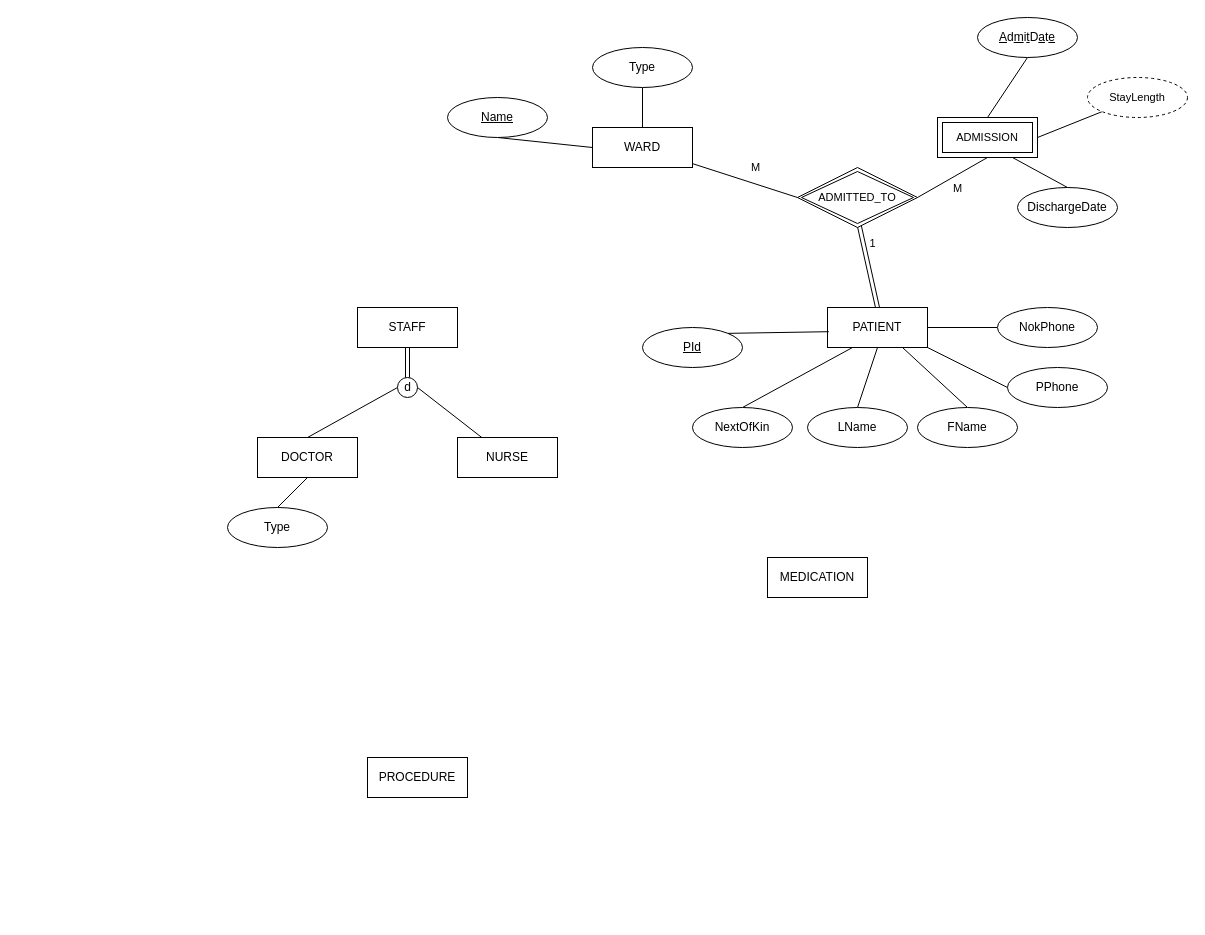
Earlier version of the draw.io diagram Untitled Diagram.drawio (alexwhite1995/Assignments). Source tidied: cells renumbered, new cells numbered last; positions are measured from the earlier drawing's top-left corner, leaving out a move shared by most shapes. Both pictures are drawn from the tidied source at 100%, with x=0, y=0 at pixel (227, 17).
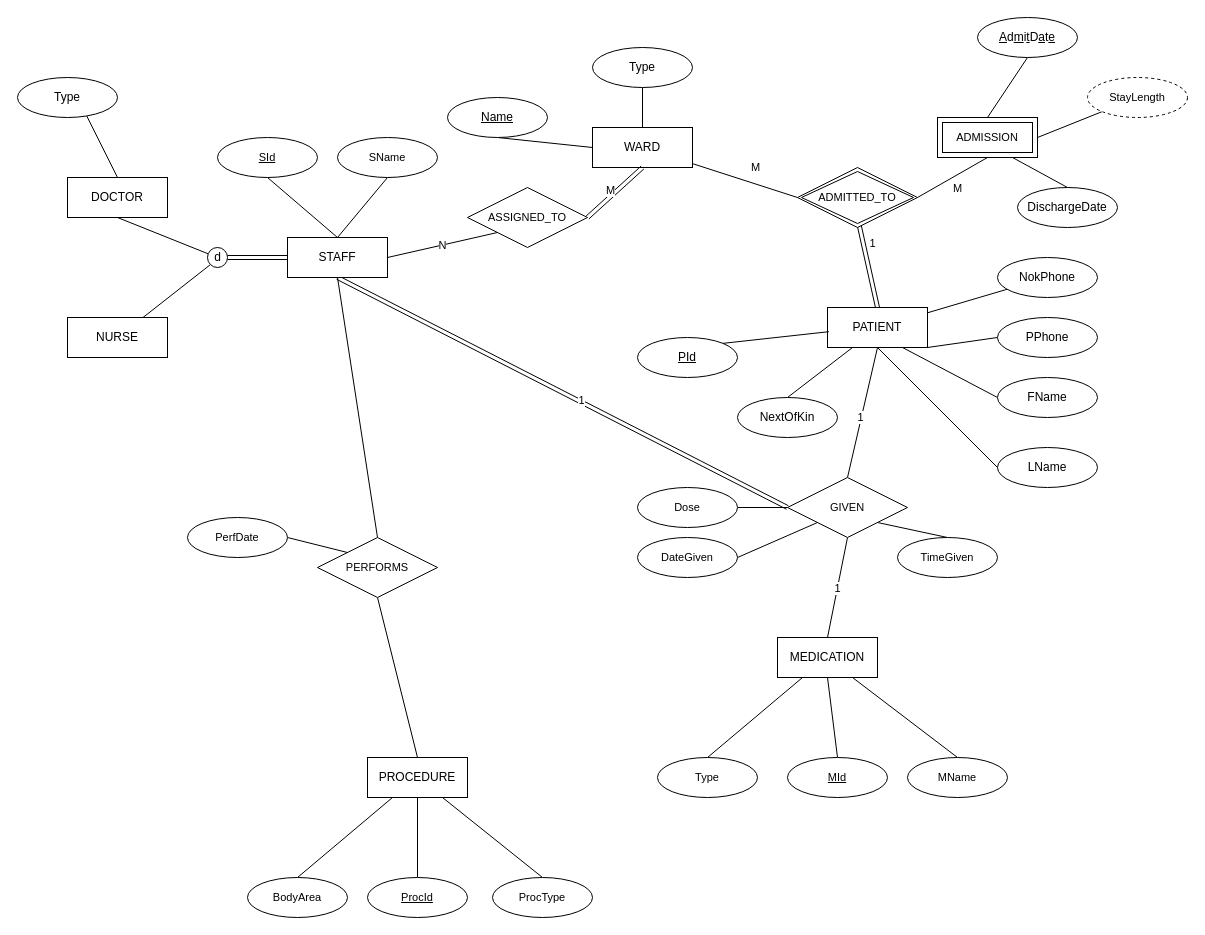
After the change.

Unchanged cells that the change refers to:
```xml
<mxCell id="3" value="PATIENT" style="whiteSpace=wrap;html=1;align=center;" parent="1" vertex="1">
  <mxGeometry x="600" y="290" width="100" height="40" as="geometry" />
</mxCell>
<mxCell id="6" value="PROCEDURE" style="whiteSpace=wrap;html=1;align=center;" parent="1" vertex="1">
  <mxGeometry x="140" y="740" width="100" height="40" as="geometry" />
</mxCell>
<mxCell id="9" value="WARD" style="whiteSpace=wrap;html=1;align=center;" parent="1" vertex="1">
  <mxGeometry x="365" y="110" width="100" height="40" as="geometry" />
</mxCell>
```

Change to the diagram source:
```diff
@@
+    <mxCell id="46" value="N" style="edgeStyle=none;rounded=0;jettySize=auto;html=1;exitX=1;exitY=0.5;exitDx=0;exitDy=0;entryX=0;entryY=1;entryDx=0;entryDy=0;strokeColor=default;align=center;verticalAlign=middle;fontFamily=Helvetica;fontSize=11;fontColor=default;labelBackgroundColor=default;endArrow=none;endFill=0;" parent="1" edge="1" source="4" target="56">
+      <mxGeometry relative="1" as="geometry" />
+    </mxCell>
+    <mxCell id="47" style="edgeStyle=none;rounded=0;jettySize=auto;html=1;exitX=0.5;exitY=1;exitDx=0;exitDy=0;entryX=0;entryY=0.5;entryDx=0;entryDy=0;strokeColor=default;align=center;verticalAlign=middle;fontFamily=Helvetica;fontSize=11;fontColor=default;labelBackgroundColor=default;endArrow=none;endFill=0;shape=link;" parent="1" edge="1" source="4" target="62">
+      <mxGeometry relative="1" as="geometry" />
+    </mxCell>
+    <mxCell id="48" value="1" style="edgeLabel;html=1;align=center;verticalAlign=middle;fontFamily=Helvetica;fontSize=11;fontColor=default;labelBackgroundColor=default;" parent="47" vertex="1">
+      <mxGeometry x="0.08" y="2" relative="1" as="geometry" />
+    </mxCell>
+    <mxCell id="49" style="edgeStyle=none;rounded=0;jettySize=auto;html=1;exitX=0.5;exitY=0;exitDx=0;exitDy=0;entryX=0.5;entryY=1;entryDx=0;entryDy=0;strokeColor=default;align=center;verticalAlign=middle;fontFamily=Helvetica;fontSize=11;fontColor=default;labelBackgroundColor=default;endArrow=none;endFill=0;" parent="1" edge="1" source="4" target="68">
+      <mxGeometry relative="1" as="geometry" />
+    </mxCell>
+    <mxCell id="50" style="edgeStyle=none;rounded=0;jettySize=auto;html=1;exitX=0.5;exitY=0;exitDx=0;exitDy=0;entryX=0.5;entryY=1;entryDx=0;entryDy=0;strokeColor=default;align=center;verticalAlign=middle;fontFamily=Helvetica;fontSize=11;fontColor=default;labelBackgroundColor=default;endArrow=none;endFill=0;" parent="1" edge="1" source="4" target="69">
+      <mxGeometry relative="1" as="geometry" />
+    </mxCell>
+    <mxCell id="51" style="edgeStyle=none;rounded=0;jettySize=auto;html=1;exitX=0.5;exitY=1;exitDx=0;exitDy=0;entryX=0.5;entryY=0;entryDx=0;entryDy=0;strokeColor=default;align=center;verticalAlign=middle;fontFamily=Helvetica;fontSize=11;fontColor=default;labelBackgroundColor=default;endArrow=none;endFill=0;" parent="1" edge="1" source="4" target="67">
+      <mxGeometry relative="1" as="geometry" />
+    </mxCell>
     <mxCell id="4" value="STAFF" style="whiteSpace=wrap;html=1;align=center;" parent="1" vertex="1">
-      <mxGeometry x="130" y="290" width="100" height="40" as="geometry" />
+      <mxGeometry x="60" y="220" width="100" height="40" as="geometry" />
     </mxCell>
+    <mxCell id="52" style="edgeStyle=none;rounded=0;jettySize=auto;html=1;entryX=0.5;entryY=1;entryDx=0;entryDy=0;strokeColor=default;align=center;verticalAlign=middle;fontFamily=Helvetica;fontSize=11;fontColor=default;labelBackgroundColor=default;endArrow=none;endFill=0;exitX=0.5;exitY=0;exitDx=0;exitDy=0;" parent="1" edge="1" source="62" target="3">
+      <mxGeometry relative="1" as="geometry" />
+    </mxCell>
+    <mxCell id="53" value="1" style="edgeLabel;html=1;align=center;verticalAlign=middle;fontFamily=Helvetica;fontSize=11;fontColor=default;labelBackgroundColor=default;" parent="52" vertex="1">
+      <mxGeometry x="-0.07" y="1" relative="1" as="geometry" />
+    </mxCell>
+    <mxCell id="54" style="edgeStyle=none;rounded=0;jettySize=auto;html=1;exitX=0.5;exitY=1;exitDx=0;exitDy=0;entryX=0.5;entryY=0;entryDx=0;entryDy=0;strokeColor=default;align=center;verticalAlign=middle;fontFamily=Helvetica;fontSize=11;fontColor=default;labelBackgroundColor=default;endArrow=none;endFill=0;" parent="1" edge="1" source="5" target="70">
+      <mxGeometry relative="1" as="geometry" />
+    </mxCell>
     <mxCell id="5" value="MEDICATION" style="whiteSpace=wrap;html=1;align=center;" parent="1" vertex="1">
-      <mxGeometry x="540" y="540" width="100" height="40" as="geometry" />
+      <mxGeometry x="550" y="620" width="100" height="40" as="geometry" />
     </mxCell>
+    <mxCell id="55" style="edgeStyle=none;rounded=0;jettySize=auto;html=1;exitX=0.5;exitY=0;exitDx=0;exitDy=0;entryX=0.5;entryY=1;entryDx=0;entryDy=0;strokeColor=default;align=center;verticalAlign=middle;fontFamily=Helvetica;fontSize=11;fontColor=default;labelBackgroundColor=default;endArrow=none;endFill=0;" parent="1" edge="1" source="6" target="67">
+      <mxGeometry relative="1" as="geometry" />
+    </mxCell>
@@
     <mxCell id="10" value="DOCTOR" style="whiteSpace=wrap;html=1;align=center;" parent="1" vertex="1">
-      <mxGeometry x="30" y="420" width="100" height="40" as="geometry" />
+      <mxGeometry x="-160" y="160" width="100" height="40" as="geometry" />
     </mxCell>
     <mxCell id="11" value="NURSE" style="whiteSpace=wrap;html=1;align=center;" parent="1" vertex="1">
-      <mxGeometry x="230" y="420" width="100" height="40" as="geometry" />
+      <mxGeometry x="-160" y="300" width="100" height="40" as="geometry" />
     </mxCell>
-    <mxCell id="12" style="rounded=0;jettySize=auto;html=1;exitX=0.5;exitY=0;exitDx=0;exitDy=0;entryX=0.5;entryY=1;entryDx=0;entryDy=0;endArrow=none;endFill=0;" parent="1" edge="1" source="13" target="10">
+    <mxCell id="12" style="rounded=0;jettySize=auto;html=1;exitX=0.5;exitY=0;exitDx=0;exitDy=0;entryX=0.5;entryY=0;entryDx=0;entryDy=0;endArrow=none;endFill=0;" parent="1" edge="1" source="13" target="10">
       <mxGeometry relative="1" as="geometry" />
     </mxCell>
     <mxCell id="13" value="Type" style="ellipse;whiteSpace=wrap;html=1;align=center;" parent="1" vertex="1">
-      <mxGeometry y="490" width="100" height="40" as="geometry" />
+      <mxGeometry x="-210" y="60" width="100" height="40" as="geometry" />
     </mxCell>
-    <mxCell id="14" style="rounded=0;jettySize=auto;html=1;exitX=0;exitY=0.5;exitDx=0;exitDy=0;exitPerimeter=0;entryX=0.5;entryY=0;entryDx=0;entryDy=0;endArrow=none;endFill=0;" parent="1" edge="1" source="16" target="10">
+    <mxCell id="14" style="rounded=0;jettySize=auto;html=1;entryX=0.5;entryY=1;entryDx=0;entryDy=0;endArrow=none;endFill=0;exitX=0.038;exitY=0.317;exitDx=0;exitDy=0;exitPerimeter=0;" parent="1" edge="1" source="16" target="10">
       <mxGeometry relative="1" as="geometry" />
     </mxCell>
-    <mxCell id="15" style="rounded=0;jettySize=auto;html=1;exitX=1;exitY=0.5;exitDx=0;exitDy=0;exitPerimeter=0;endArrow=none;endFill=0;" parent="1" edge="1" source="16" target="11">
+    <mxCell id="15" style="rounded=0;jettySize=auto;html=1;exitX=0.145;exitY=0.855;exitDx=0;exitDy=0;exitPerimeter=0;endArrow=none;endFill=0;" parent="1" edge="1" source="16" target="11">
       <mxGeometry relative="1" as="geometry" />
     </mxCell>
     <mxCell id="16" value="d" style="verticalLabelPosition=middle;verticalAlign=middle;html=1;shape=mxgraph.flowchart.on-page_reference;labelPosition=center;align=center;" parent="1" vertex="1">
-      <mxGeometry x="170" y="360" width="20" height="20" as="geometry" />
+      <mxGeometry x="-20" y="230" width="20" height="20" as="geometry" />
     </mxCell>
@@
-    <mxCell id="18" style="endArrow=none;html=1;rounded=0;exitX=0.5;exitY=1;exitDx=0;exitDy=0;entryX=0.5;entryY=0;entryDx=0;entryDy=0;entryPerimeter=0;horizontal=1;shape=link;" parent="1" edge="1" source="4" target="16">
+    <mxCell id="18" style="endArrow=none;html=1;rounded=0;exitX=0;exitY=0.5;exitDx=0;exitDy=0;entryX=1;entryY=0.5;entryDx=0;entryDy=0;entryPerimeter=0;horizontal=1;shape=link;" parent="1" edge="1" source="4" target="16">
       <mxGeometry relative="1" as="geometry" />
     </mxCell>
@@
-    <mxCell id="35" style="edgeStyle=none;rounded=0;jettySize=auto;html=1;exitX=0.5;exitY=0;exitDx=0;exitDy=0;entryX=0.75;entryY=1;entryDx=0;entryDy=0;strokeColor=default;align=center;verticalAlign=middle;fontFamily=Helvetica;fontSize=11;fontColor=default;labelBackgroundColor=default;endArrow=none;endFill=0;" parent="1" edge="1" source="36" target="3">
+    <mxCell id="35" style="edgeStyle=none;rounded=0;jettySize=auto;html=1;exitX=0;exitY=0.5;exitDx=0;exitDy=0;entryX=0.75;entryY=1;entryDx=0;entryDy=0;strokeColor=default;align=center;verticalAlign=middle;fontFamily=Helvetica;fontSize=11;fontColor=default;labelBackgroundColor=default;endArrow=none;endFill=0;" parent="1" edge="1" source="36" target="3">
       <mxGeometry relative="1" as="geometry" />
     </mxCell>
     <mxCell id="36" value="FName" style="ellipse;whiteSpace=wrap;html=1;align=center;" parent="1" vertex="1">
-      <mxGeometry x="690" y="390" width="100" height="40" as="geometry" />
+      <mxGeometry x="770" y="360" width="100" height="40" as="geometry" />
     </mxCell>
-    <mxCell id="37" style="edgeStyle=none;rounded=0;jettySize=auto;html=1;exitX=0.5;exitY=0;exitDx=0;exitDy=0;strokeColor=default;align=center;verticalAlign=middle;fontFamily=Helvetica;fontSize=11;fontColor=default;labelBackgroundColor=default;endArrow=none;endFill=0;" parent="1" edge="1" source="38">
+    <mxCell id="37" style="edgeStyle=none;rounded=0;jettySize=auto;html=1;exitX=0;exitY=0.5;exitDx=0;exitDy=0;strokeColor=default;align=center;verticalAlign=middle;fontFamily=Helvetica;fontSize=11;fontColor=default;labelBackgroundColor=default;endArrow=none;endFill=0;" parent="1" edge="1" source="38">
       <mxGeometry relative="1" as="geometry">
         <mxPoint x="650" y="330" as="targetPoint" />
       </mxGeometry>
     </mxCell>
     <mxCell id="38" value="LName" style="ellipse;whiteSpace=wrap;html=1;align=center;" parent="1" vertex="1">
-      <mxGeometry x="580" y="390" width="100" height="40" as="geometry" />
+      <mxGeometry x="770" y="430" width="100" height="40" as="geometry" />
     </mxCell>
@@
     <mxCell id="40" value="NextOfKin" style="ellipse;whiteSpace=wrap;html=1;align=center;" parent="1" vertex="1">
-      <mxGeometry x="465" y="390" width="100" height="40" as="geometry" />
+      <mxGeometry x="510" y="380" width="100" height="40" as="geometry" />
     </mxCell>
     <mxCell id="41" value="&lt;u&gt;PId&lt;/u&gt;" style="ellipse;whiteSpace=wrap;html=1;align=center;" parent="1" vertex="1">
-      <mxGeometry x="415" y="310" width="100" height="40" as="geometry" />
+      <mxGeometry x="410" y="320" width="100" height="40" as="geometry" />
     </mxCell>
@@
     <mxCell id="44" value="NokPhone" style="ellipse;whiteSpace=wrap;html=1;align=center;" parent="1" vertex="1">
-      <mxGeometry x="770" y="290" width="100" height="40" as="geometry" />
+      <mxGeometry x="770" y="240" width="100" height="40" as="geometry" />
     </mxCell>
     <mxCell id="45" value="PPhone" style="ellipse;whiteSpace=wrap;html=1;align=center;" parent="1" vertex="1">
-      <mxGeometry x="780" y="350" width="100" height="40" as="geometry" />
+      <mxGeometry x="770" y="300" width="100" height="40" as="geometry" />
     </mxCell>
+    <mxCell id="56" value="ASSIGNED_TO" style="shape=rhombus;perimeter=rhombusPerimeter;whiteSpace=wrap;html=1;align=center;fontFamily=Helvetica;fontSize=11;fontColor=default;labelBackgroundColor=default;" parent="1" vertex="1">
+      <mxGeometry x="240" y="170" width="120" height="60" as="geometry" />
+    </mxCell>
+    <mxCell id="57" style="edgeStyle=none;rounded=0;jettySize=auto;html=1;exitX=0.5;exitY=1;exitDx=0;exitDy=0;entryX=1;entryY=0.5;entryDx=0;entryDy=0;strokeColor=default;align=center;verticalAlign=middle;fontFamily=Helvetica;fontSize=11;fontColor=default;labelBackgroundColor=default;endArrow=none;endFill=0;shape=link;" parent="1" edge="1" source="9" target="56">
+      <mxGeometry relative="1" as="geometry" />
+    </mxCell>
+    <mxCell id="58" value="M" style="edgeLabel;html=1;align=center;verticalAlign=middle;fontFamily=Helvetica;fontSize=11;fontColor=default;labelBackgroundColor=default;" parent="57" vertex="1">
+      <mxGeometry x="0.06" y="-5" relative="1" as="geometry" />
+    </mxCell>
+    <mxCell id="59" value="1" style="edgeStyle=none;rounded=0;jettySize=auto;html=1;exitX=0.5;exitY=1;exitDx=0;exitDy=0;entryX=0.5;entryY=0;entryDx=0;entryDy=0;strokeColor=default;align=center;verticalAlign=middle;fontFamily=Helvetica;fontSize=11;fontColor=default;labelBackgroundColor=default;endArrow=none;endFill=0;" parent="1" edge="1" source="62" target="5">
+      <mxGeometry x="0.01" relative="1" as="geometry" />
+    </mxCell>
+    <mxCell id="60" style="edgeStyle=none;rounded=0;jettySize=auto;html=1;exitX=0;exitY=0.5;exitDx=0;exitDy=0;entryX=1;entryY=0.5;entryDx=0;entryDy=0;strokeColor=default;align=center;verticalAlign=middle;fontFamily=Helvetica;fontSize=11;fontColor=default;labelBackgroundColor=default;endArrow=none;endFill=0;" parent="1" edge="1" source="62" target="63">
+      <mxGeometry relative="1" as="geometry" />
+    </mxCell>
+    <mxCell id="61" style="edgeStyle=none;rounded=0;jettySize=auto;html=1;exitX=1;exitY=1;exitDx=0;exitDy=0;entryX=0.5;entryY=0;entryDx=0;entryDy=0;strokeColor=default;align=center;verticalAlign=middle;fontFamily=Helvetica;fontSize=11;fontColor=default;labelBackgroundColor=default;endArrow=none;endFill=0;" parent="1" edge="1" source="62" target="66">
+      <mxGeometry relative="1" as="geometry" />
+    </mxCell>
+    <mxCell id="62" value="GIVEN" style="shape=rhombus;perimeter=rhombusPerimeter;whiteSpace=wrap;html=1;align=center;fontFamily=Helvetica;fontSize=11;fontColor=default;labelBackgroundColor=default;" parent="1" vertex="1">
+      <mxGeometry x="560" y="460" width="120" height="60" as="geometry" />
+    </mxCell>
+    <mxCell id="63" value="Dose" style="ellipse;whiteSpace=wrap;html=1;align=center;fontFamily=Helvetica;fontSize=11;fontColor=default;labelBackgroundColor=default;" parent="1" vertex="1">
+      <mxGeometry x="410" y="470" width="100" height="40" as="geometry" />
+    </mxCell>
+    <mxCell id="64" style="edgeStyle=none;rounded=0;jettySize=auto;html=1;exitX=1;exitY=0.5;exitDx=0;exitDy=0;entryX=0;entryY=1;entryDx=0;entryDy=0;strokeColor=default;align=center;verticalAlign=middle;fontFamily=Helvetica;fontSize=11;fontColor=default;labelBackgroundColor=default;endArrow=none;endFill=0;" parent="1" edge="1" source="65" target="62">
+      <mxGeometry relative="1" as="geometry" />
+    </mxCell>
+    <mxCell id="65" value="DateGiven" style="ellipse;whiteSpace=wrap;html=1;align=center;fontFamily=Helvetica;fontSize=11;fontColor=default;labelBackgroundColor=default;" parent="1" vertex="1">
+      <mxGeometry x="410" y="520" width="100" height="40" as="geometry" />
+    </mxCell>
+    <mxCell id="66" value="TimeGiven" style="ellipse;whiteSpace=wrap;html=1;align=center;fontFamily=Helvetica;fontSize=11;fontColor=default;labelBackgroundColor=default;" parent="1" vertex="1">
+      <mxGeometry x="670" y="520" width="100" height="40" as="geometry" />
+    </mxCell>
+    <mxCell id="67" value="PERFORMS" style="shape=rhombus;perimeter=rhombusPerimeter;whiteSpace=wrap;html=1;align=center;fontFamily=Helvetica;fontSize=11;fontColor=default;labelBackgroundColor=default;" parent="1" vertex="1">
+      <mxGeometry x="90" y="520" width="120" height="60" as="geometry" />
+    </mxCell>
+    <mxCell id="68" value="&lt;u&gt;SId&lt;/u&gt;" style="ellipse;whiteSpace=wrap;html=1;align=center;fontFamily=Helvetica;fontSize=11;fontColor=default;labelBackgroundColor=default;" parent="1" vertex="1">
+      <mxGeometry x="-10" y="120" width="100" height="40" as="geometry" />
+    </mxCell>
+    <mxCell id="69" value="SName" style="ellipse;whiteSpace=wrap;html=1;align=center;fontFamily=Helvetica;fontSize=11;fontColor=default;labelBackgroundColor=default;" parent="1" vertex="1">
+      <mxGeometry x="110" y="120" width="100" height="40" as="geometry" />
+    </mxCell>
+    <mxCell id="70" value="&lt;u&gt;MId&lt;/u&gt;" style="ellipse;whiteSpace=wrap;html=1;align=center;fontFamily=Helvetica;fontSize=11;fontColor=default;labelBackgroundColor=default;" parent="1" vertex="1">
+      <mxGeometry x="560" y="740" width="100" height="40" as="geometry" />
+    </mxCell>
+    <mxCell id="71" style="edgeStyle=none;rounded=0;jettySize=auto;html=1;exitX=0.5;exitY=0;exitDx=0;exitDy=0;entryX=0.75;entryY=1;entryDx=0;entryDy=0;strokeColor=default;align=center;verticalAlign=middle;fontFamily=Helvetica;fontSize=11;fontColor=default;labelBackgroundColor=default;endArrow=none;endFill=0;" parent="1" edge="1" source="72" target="5">
+      <mxGeometry relative="1" as="geometry" />
+    </mxCell>
+    <mxCell id="72" value="MName" style="ellipse;whiteSpace=wrap;html=1;align=center;fontFamily=Helvetica;fontSize=11;fontColor=default;labelBackgroundColor=default;" parent="1" vertex="1">
+      <mxGeometry x="680" y="740" width="100" height="40" as="geometry" />
+    </mxCell>
+    <mxCell id="73" style="edgeStyle=none;rounded=0;jettySize=auto;html=1;exitX=0.5;exitY=0;exitDx=0;exitDy=0;entryX=0.25;entryY=1;entryDx=0;entryDy=0;strokeColor=default;align=center;verticalAlign=middle;fontFamily=Helvetica;fontSize=11;fontColor=default;labelBackgroundColor=default;endArrow=none;endFill=0;" parent="1" edge="1" source="74" target="5">
+      <mxGeometry relative="1" as="geometry" />
+    </mxCell>
+    <mxCell id="74" value="Type" style="ellipse;whiteSpace=wrap;html=1;align=center;fontFamily=Helvetica;fontSize=11;fontColor=default;labelBackgroundColor=default;" parent="1" vertex="1">
+      <mxGeometry x="430" y="740" width="100" height="40" as="geometry" />
+    </mxCell>
+    <mxCell id="75" style="edgeStyle=none;rounded=0;jettySize=auto;html=1;exitX=0.5;exitY=0;exitDx=0;exitDy=0;entryX=0.5;entryY=1;entryDx=0;entryDy=0;strokeColor=default;align=center;verticalAlign=middle;fontFamily=Helvetica;fontSize=11;fontColor=default;labelBackgroundColor=default;endArrow=none;endFill=0;" parent="1" edge="1" source="76" target="6">
+      <mxGeometry relative="1" as="geometry" />
+    </mxCell>
+    <mxCell id="76" value="&lt;u&gt;ProcId&lt;/u&gt;" style="ellipse;whiteSpace=wrap;html=1;align=center;fontFamily=Helvetica;fontSize=11;fontColor=default;labelBackgroundColor=default;" parent="1" vertex="1">
+      <mxGeometry x="140" y="860" width="100" height="40" as="geometry" />
+    </mxCell>
+    <mxCell id="77" style="edgeStyle=none;rounded=0;jettySize=auto;html=1;exitX=0.5;exitY=0;exitDx=0;exitDy=0;entryX=0.25;entryY=1;entryDx=0;entryDy=0;strokeColor=default;align=center;verticalAlign=middle;fontFamily=Helvetica;fontSize=11;fontColor=default;labelBackgroundColor=default;endArrow=none;endFill=0;" parent="1" edge="1" source="78" target="6">
+      <mxGeometry relative="1" as="geometry" />
+    </mxCell>
+    <mxCell id="78" value="BodyArea" style="ellipse;whiteSpace=wrap;html=1;align=center;fontFamily=Helvetica;fontSize=11;fontColor=default;labelBackgroundColor=default;" parent="1" vertex="1">
+      <mxGeometry x="20" y="860" width="100" height="40" as="geometry" />
+    </mxCell>
+    <mxCell id="79" style="edgeStyle=none;rounded=0;jettySize=auto;html=1;exitX=0.5;exitY=0;exitDx=0;exitDy=0;entryX=0.75;entryY=1;entryDx=0;entryDy=0;strokeColor=default;align=center;verticalAlign=middle;fontFamily=Helvetica;fontSize=11;fontColor=default;labelBackgroundColor=default;endArrow=none;endFill=0;" parent="1" edge="1" source="80" target="6">
+      <mxGeometry relative="1" as="geometry" />
+    </mxCell>
+    <mxCell id="80" value="ProcType" style="ellipse;whiteSpace=wrap;html=1;align=center;fontFamily=Helvetica;fontSize=11;fontColor=default;labelBackgroundColor=default;" parent="1" vertex="1">
+      <mxGeometry x="265" y="860" width="100" height="40" as="geometry" />
+    </mxCell>
+    <mxCell id="81" style="edgeStyle=none;rounded=0;jettySize=auto;html=1;exitX=1;exitY=0.5;exitDx=0;exitDy=0;entryX=0;entryY=0;entryDx=0;entryDy=0;strokeColor=default;align=center;verticalAlign=middle;fontFamily=Helvetica;fontSize=11;fontColor=default;labelBackgroundColor=default;endArrow=none;endFill=0;" parent="1" edge="1" source="82" target="67">
+      <mxGeometry relative="1" as="geometry" />
+    </mxCell>
+    <mxCell id="82" value="PerfDate" style="ellipse;whiteSpace=wrap;html=1;align=center;fontFamily=Helvetica;fontSize=11;fontColor=default;labelBackgroundColor=default;" parent="1" vertex="1">
+      <mxGeometry x="-40" y="500" width="100" height="40" as="geometry" />
+    </mxCell>
```
